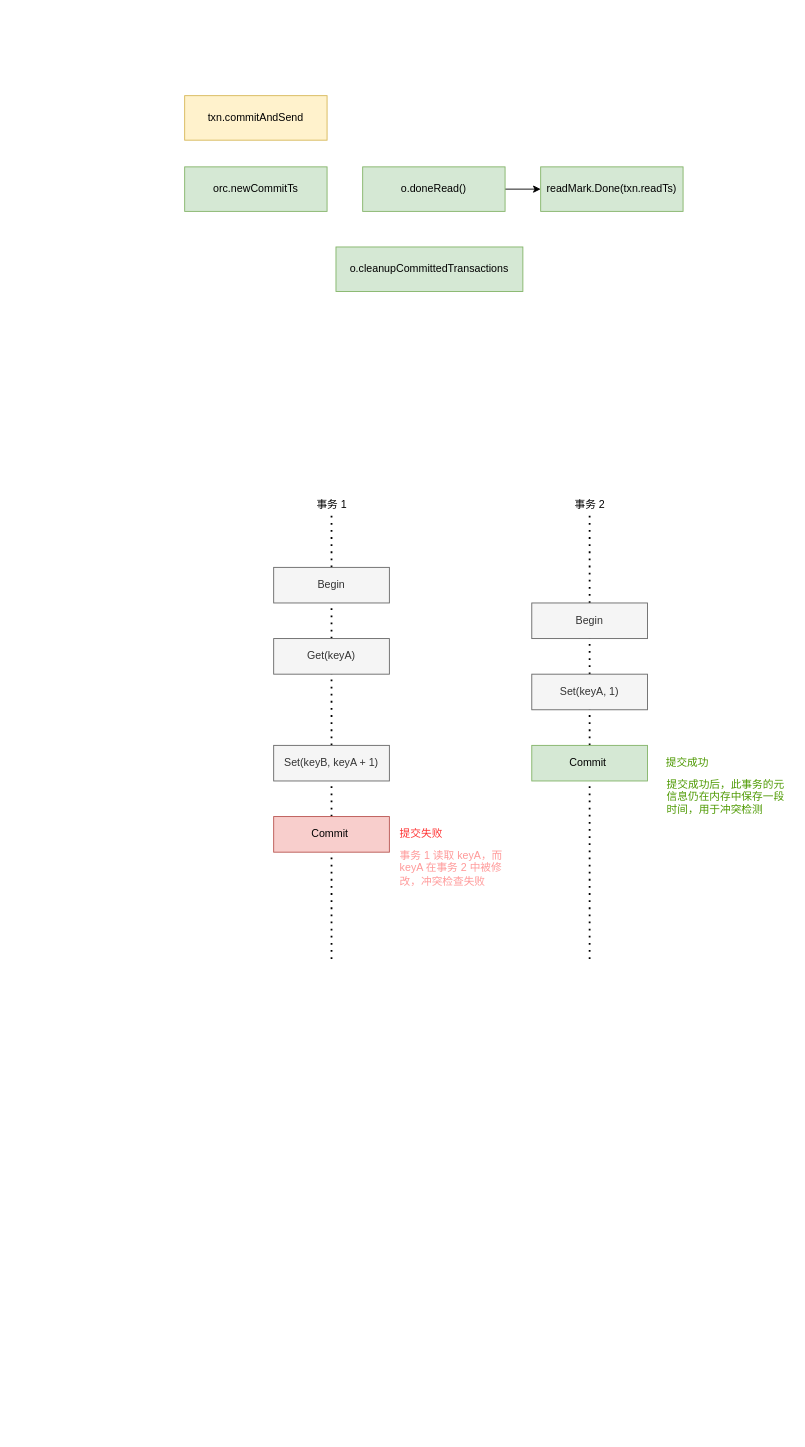
Above: images/badger.drawio in flaneur2020/flaneur2020.github.io (draw.io), before the change. Source tidied: cells renumbered, new cells numbered last; positions are measured from the earlier drawing's top-left corner, leaving out a move shared by most shapes. Both pictures are drawn from the tidied source at 89%, with x=0, y=0 at pixel (184, 95).
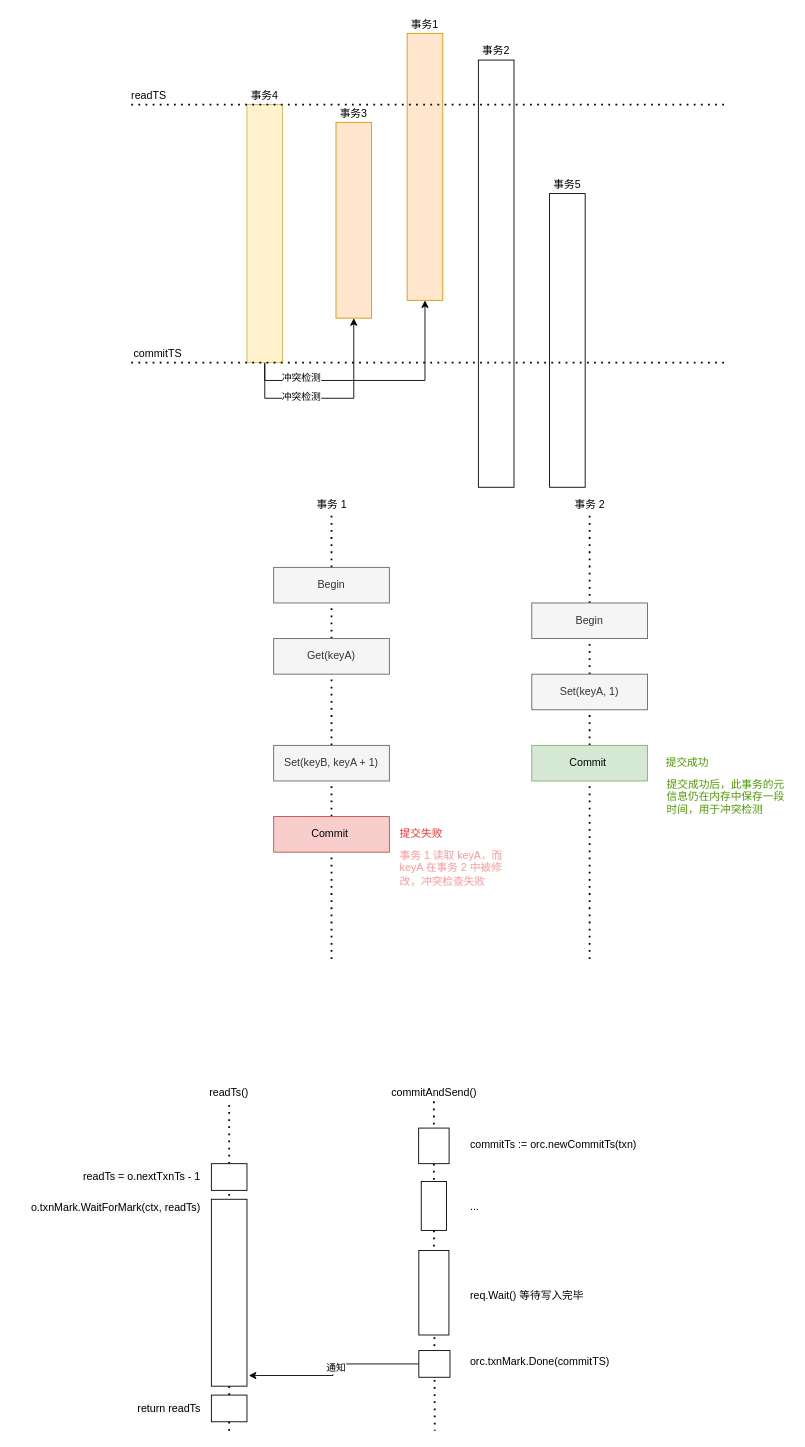
The same page after the edit.

Change to the diagram source:
```diff
@@
-    <mxCell id="2" value="txn.commitAndSend" style="rounded=0;whiteSpace=wrap;html=1;fillColor=#fff2cc;strokeColor=#d6b656;" parent="1" vertex="1">
-      <mxGeometry width="160" height="50" as="geometry" />
-    </mxCell>
-    <mxCell id="3" value="orc.newCommitTs" style="rounded=0;whiteSpace=wrap;html=1;fillColor=#d5e8d4;strokeColor=#82b366;" parent="1" vertex="1">
-      <mxGeometry y="80" width="160" height="50" as="geometry" />
-    </mxCell>
-    <mxCell id="4" style="edgeStyle=orthogonalEdgeStyle;rounded=0;jettySize=auto;html=1;entryX=0;entryY=0.5;entryDx=0;entryDy=0;" parent="1" edge="1" source="5" target="6">
-      <mxGeometry relative="1" as="geometry" />
-    </mxCell>
-    <mxCell id="5" value="o.doneRead()" style="rounded=0;whiteSpace=wrap;html=1;fillColor=#d5e8d4;strokeColor=#82b366;" parent="1" vertex="1">
-      <mxGeometry x="200" y="80" width="160" height="50" as="geometry" />
-    </mxCell>
-    <mxCell id="6" value="readMark.Done(txn.readTs)" style="rounded=0;whiteSpace=wrap;html=1;fillColor=#d5e8d4;strokeColor=#82b366;" parent="1" vertex="1">
-      <mxGeometry x="400" y="80" width="160" height="50" as="geometry" />
-    </mxCell>
-    <mxCell id="7" value="o.cleanupCommittedTransactions" style="rounded=0;whiteSpace=wrap;html=1;fillColor=#d5e8d4;strokeColor=#82b366;" parent="1" vertex="1">
-      <mxGeometry x="170" y="170" width="210" height="50" as="geometry" />
-    </mxCell>
+    <mxCell id="23" style="endArrow=none;dashed=1;html=1;dashPattern=1 3;strokeWidth=2;fontColor=#000000;" parent="1" edge="1" source="50">
+      <mxGeometry relative="1" as="geometry">
+        <mxPoint x="281" y="1500" as="targetPoint" />
+      </mxGeometry>
+    </mxCell>
@@
+    <mxCell id="24" style="edgeStyle=orthogonalEdgeStyle;rounded=0;jettySize=auto;html=1;fontColor=#000000;" parent="1" edge="1" target="29">
+      <mxGeometry relative="1" as="geometry">
+        <mxPoint x="90" y="300" as="sourcePoint" />
+        <Array as="points">
+          <mxPoint x="90" y="340" />
+          <mxPoint x="190" y="340" />
+        </Array>
+      </mxGeometry>
+    </mxCell>
+    <mxCell id="25" value="冲突检测" style="edgeLabel;html=1;align=center;verticalAlign=middle;fontColor=#000000;" parent="24" vertex="1">
+      <mxGeometry x="-0.28" y="3" relative="1" as="geometry">
+        <mxPoint x="-3" as="offset" />
+      </mxGeometry>
+    </mxCell>
+    <mxCell id="26" style="edgeStyle=orthogonalEdgeStyle;rounded=0;jettySize=auto;html=1;fontColor=#000000;" parent="1" edge="1" target="32">
+      <mxGeometry relative="1" as="geometry">
+        <mxPoint x="90" y="300" as="sourcePoint" />
+        <Array as="points">
+          <mxPoint x="90" y="320" />
+          <mxPoint x="270" y="320" />
+        </Array>
+      </mxGeometry>
+    </mxCell>
+    <mxCell id="27" value="冲突检测" style="edgeLabel;html=1;align=center;verticalAlign=middle;fontColor=#000000;" parent="26" vertex="1">
+      <mxGeometry x="-0.64" y="4" relative="1" as="geometry">
+        <mxPoint x="8" as="offset" />
+      </mxGeometry>
+    </mxCell>
+    <mxCell id="28" style="rounded=0;whiteSpace=wrap;html=1;align=left;fillColor=#fff2cc;strokeColor=#d6b656;" parent="1" vertex="1">
+      <mxGeometry x="70" y="10" width="40" height="290" as="geometry" />
+    </mxCell>
+    <mxCell id="29" style="rounded=0;whiteSpace=wrap;html=1;align=left;fillColor=#ffe6cc;strokeColor=#d79b00;" parent="1" vertex="1">
+      <mxGeometry x="170" y="30" width="40" height="220" as="geometry" />
+    </mxCell>
+    <mxCell id="30" style="rounded=0;whiteSpace=wrap;html=1;align=left;" parent="1" vertex="1">
+      <mxGeometry x="410" y="110" width="40" height="330" as="geometry" />
+    </mxCell>
+    <mxCell id="31" style="rounded=0;whiteSpace=wrap;html=1;align=left;" parent="1" vertex="1">
+      <mxGeometry x="330" y="-40" width="40" height="480" as="geometry" />
+    </mxCell>
+    <mxCell id="32" style="rounded=0;whiteSpace=wrap;html=1;align=left;fillColor=#ffe6cc;strokeColor=#d79b00;" parent="1" vertex="1">
+      <mxGeometry x="250" y="-70" width="40" height="300" as="geometry" />
+    </mxCell>
+    <mxCell id="33" style="endArrow=none;dashed=1;html=1;dashPattern=1 3;strokeWidth=2;fontColor=#4D9900;" parent="1" edge="1">
+      <mxGeometry relative="1" as="geometry">
+        <mxPoint x="-60" y="10" as="sourcePoint" />
+        <mxPoint x="610" y="10" as="targetPoint" />
+      </mxGeometry>
+    </mxCell>
+    <mxCell id="34" value="readTS" style="text;html=1;strokeColor=none;fillColor=none;align=center;verticalAlign=middle;whiteSpace=wrap;rounded=0;" parent="1" vertex="1">
+      <mxGeometry x="-60" y="-10" width="40" height="20" as="geometry" />
+    </mxCell>
+    <mxCell id="35" style="endArrow=none;dashed=1;html=1;dashPattern=1 3;strokeWidth=2;fontColor=#4D9900;" parent="1" edge="1">
+      <mxGeometry relative="1" as="geometry">
+        <mxPoint x="-60" y="300" as="sourcePoint" />
+        <mxPoint x="610" y="300" as="targetPoint" />
+      </mxGeometry>
+    </mxCell>
+    <mxCell id="36" value="commitTS" style="text;html=1;strokeColor=none;fillColor=none;align=center;verticalAlign=middle;whiteSpace=wrap;rounded=0;" parent="1" vertex="1">
+      <mxGeometry x="-60" y="280" width="60" height="20" as="geometry" />
+    </mxCell>
+    <mxCell id="37" value="事务4" style="text;html=1;strokeColor=none;fillColor=none;align=center;verticalAlign=middle;whiteSpace=wrap;rounded=0;fontColor=#000000;" parent="1" vertex="1">
+      <mxGeometry x="70" y="-10" width="40" height="20" as="geometry" />
+    </mxCell>
+    <mxCell id="38" value="事务1" style="text;html=1;strokeColor=none;fillColor=none;align=center;verticalAlign=middle;whiteSpace=wrap;rounded=0;fontColor=#000000;" parent="1" vertex="1">
+      <mxGeometry x="250" y="-90" width="40" height="20" as="geometry" />
+    </mxCell>
+    <mxCell id="39" value="事务2" style="text;html=1;strokeColor=none;fillColor=none;align=center;verticalAlign=middle;whiteSpace=wrap;rounded=0;fontColor=#000000;" parent="1" vertex="1">
+      <mxGeometry x="330" y="-60" width="40" height="20" as="geometry" />
+    </mxCell>
+    <mxCell id="40" value="事务3" style="text;html=1;strokeColor=none;fillColor=none;align=center;verticalAlign=middle;whiteSpace=wrap;rounded=0;fontColor=#000000;" parent="1" vertex="1">
+      <mxGeometry x="170" y="10" width="40" height="20" as="geometry" />
+    </mxCell>
+    <mxCell id="41" value="事务5" style="text;html=1;strokeColor=none;fillColor=none;align=center;verticalAlign=middle;whiteSpace=wrap;rounded=0;fontColor=#000000;" parent="1" vertex="1">
+      <mxGeometry x="410" y="90" width="40" height="20" as="geometry" />
+    </mxCell>
+    <mxCell id="42" style="endArrow=none;dashed=1;html=1;dashPattern=1 3;strokeWidth=2;fontColor=#000000;" parent="1" edge="1" source="57">
+      <mxGeometry relative="1" as="geometry">
+        <mxPoint x="50" y="1130" as="targetPoint" />
+      </mxGeometry>
+    </mxCell>
+    <mxCell id="43" style="edgeStyle=orthogonalEdgeStyle;rounded=0;jettySize=auto;html=1;entryX=1.05;entryY=0.943;entryDx=0;entryDy=0;fontColor=#000000;entryPerimeter=0;" parent="1" edge="1" source="46" target="59">
+      <mxGeometry relative="1" as="geometry" />
+    </mxCell>
+    <mxCell id="44" value="通知" style="edgeLabel;html=1;align=center;verticalAlign=middle;fontColor=#000000;" parent="43" vertex="1">
+      <mxGeometry x="-0.08" y="4" relative="1" as="geometry" />
+    </mxCell>
+    <mxCell id="45" value="&lt;span style=&quot;color: rgb(0, 0, 0); font-family: helvetica; font-size: 12px; font-style: normal; font-weight: 400; letter-spacing: normal; text-indent: 0px; text-transform: none; word-spacing: 0px; background-color: rgb(248, 249, 250); display: inline; float: none;&quot;&gt;o.txnMark.WaitForMark(ctx, readTs)&lt;/span&gt;" style="text;html=1;strokeColor=none;fillColor=none;align=right;verticalAlign=middle;whiteSpace=wrap;rounded=0;fontColor=#000000;" parent="1" vertex="1">
+      <mxGeometry x="-190" y="1240" width="210" height="20" as="geometry" />
+    </mxCell>
+    <mxCell id="46" style="rounded=0;whiteSpace=wrap;html=1;fontColor=#000000;align=center;" parent="1" vertex="1">
+      <mxGeometry x="263.1" y="1410" width="35" height="30" as="geometry" />
+    </mxCell>
+    <mxCell id="47" value="orc.txnMark.Done(commitTS)" style="text;html=1;strokeColor=none;fillColor=none;align=left;verticalAlign=middle;whiteSpace=wrap;rounded=0;fontColor=#000000;" parent="1" vertex="1">
+      <mxGeometry x="318.5" y="1410" width="180" height="25" as="geometry" />
+    </mxCell>
+    <mxCell id="48" style="rounded=0;whiteSpace=wrap;html=1;fontColor=#000000;align=center;" parent="1" vertex="1">
+      <mxGeometry x="263.1" y="1297.5" width="33.8" height="95" as="geometry" />
+    </mxCell>
+    <mxCell id="49" value="req.Wait() 等待写入完毕" style="text;html=1;strokeColor=none;fillColor=none;align=left;verticalAlign=middle;whiteSpace=wrap;rounded=0;fontColor=#000000;" parent="1" vertex="1">
+      <mxGeometry x="318.5" y="1335" width="201.5" height="25" as="geometry" />
+    </mxCell>
+    <mxCell id="50" style="rounded=0;whiteSpace=wrap;html=1;fontColor=#000000;align=center;" parent="1" vertex="1">
+      <mxGeometry x="265.8" y="1220" width="28.4" height="55" as="geometry" />
+    </mxCell>
+    <mxCell id="51" style="endArrow=none;dashed=1;html=1;dashPattern=1 3;strokeWidth=2;fontColor=#000000;" parent="1" edge="1" source="52" target="50">
+      <mxGeometry relative="1" as="geometry" />
+    </mxCell>
+    <mxCell id="52" style="rounded=0;whiteSpace=wrap;html=1;fontColor=#000000;align=center;" parent="1" vertex="1">
+      <mxGeometry x="262.9" y="1160" width="34.2" height="40" as="geometry" />
+    </mxCell>
+    <mxCell id="53" style="endArrow=none;dashed=1;html=1;dashPattern=1 3;strokeWidth=2;fontColor=#000000;exitX=0.5;exitY=1;exitDx=0;exitDy=0;" parent="1" edge="1" source="60" target="52">
+      <mxGeometry relative="1" as="geometry" />
+    </mxCell>
+    <mxCell id="54" value="..." style="text;html=1;strokeColor=none;fillColor=none;align=left;verticalAlign=middle;whiteSpace=wrap;rounded=0;fontColor=#000000;" parent="1" vertex="1">
+      <mxGeometry x="318.5" y="1235" width="91.5" height="25" as="geometry" />
+    </mxCell>
+    <mxCell id="55" value="&lt;span&gt; &lt;/span&gt;commitTs := orc.newCommitTs(txn)" style="text;html=1;strokeColor=none;fillColor=none;align=left;verticalAlign=middle;whiteSpace=wrap;rounded=0;fontColor=#000000;" parent="1" vertex="1">
+      <mxGeometry x="318.5" y="1167.5" width="221.5" height="22.5" as="geometry" />
+    </mxCell>
+    <mxCell id="56" value="&lt;span style=&quot;color: rgb(0, 0, 0); font-family: helvetica; font-size: 12px; font-style: normal; font-weight: 400; letter-spacing: normal; text-indent: 0px; text-transform: none; word-spacing: 0px; background-color: rgb(248, 249, 250); display: inline; float: none;&quot;&gt;readTs = o.nextTxnTs - 1&lt;/span&gt;" style="text;html=1;strokeColor=none;fillColor=none;align=right;verticalAlign=middle;whiteSpace=wrap;rounded=0;fontColor=#000000;" parent="1" vertex="1">
+      <mxGeometry x="-130" y="1205" width="150" height="20" as="geometry" />
+    </mxCell>
+    <mxCell id="57" style="rounded=0;whiteSpace=wrap;html=1;fontColor=#000000;align=center;" parent="1" vertex="1">
+      <mxGeometry x="30" y="1200" width="40" height="30" as="geometry" />
+    </mxCell>
+    <mxCell id="58" style="endArrow=none;dashed=1;html=1;dashPattern=1 3;strokeWidth=2;fontColor=#000000;entryX=0.5;entryY=1;entryDx=0;entryDy=0;" parent="1" edge="1" source="62" target="57">
+      <mxGeometry relative="1" as="geometry" />
+    </mxCell>
+    <mxCell id="59" style="rounded=0;whiteSpace=wrap;html=1;fontColor=#000000;align=center;" parent="1" vertex="1">
+      <mxGeometry x="30" y="1240" width="40" height="210" as="geometry" />
+    </mxCell>
+    <mxCell id="60" value="commitAndSend()" style="text;html=1;strokeColor=none;fillColor=none;align=center;verticalAlign=middle;whiteSpace=wrap;rounded=0;fontColor=#000000;" parent="1" vertex="1">
+      <mxGeometry x="215.5" y="1110" width="129" height="20" as="geometry" />
+    </mxCell>
+    <mxCell id="61" value="readTs()" style="text;html=1;strokeColor=none;fillColor=none;align=center;verticalAlign=middle;whiteSpace=wrap;rounded=0;fontColor=#000000;" parent="1" vertex="1">
+      <mxGeometry x="30" y="1110" width="40" height="20" as="geometry" />
+    </mxCell>
+    <mxCell id="62" style="rounded=0;whiteSpace=wrap;html=1;fontColor=#000000;align=center;" parent="1" vertex="1">
+      <mxGeometry x="30" y="1460" width="40" height="30" as="geometry" />
+    </mxCell>
+    <mxCell id="63" style="endArrow=none;dashed=1;html=1;dashPattern=1 3;strokeWidth=2;fontColor=#000000;entryX=0.5;entryY=1;entryDx=0;entryDy=0;" parent="1" edge="1" target="62">
+      <mxGeometry relative="1" as="geometry">
+        <mxPoint x="50" y="1500" as="sourcePoint" />
+      </mxGeometry>
+    </mxCell>
+    <mxCell id="64" value="&lt;span style=&quot;color: rgb(0 , 0 , 0) ; font-family: &amp;#34;helvetica&amp;#34; ; font-size: 12px ; font-style: normal ; font-weight: 400 ; letter-spacing: normal ; text-indent: 0px ; text-transform: none ; word-spacing: 0px ; background-color: rgb(248 , 249 , 250) ; display: inline ; float: none&quot;&gt;return readTs&lt;/span&gt;" style="text;html=1;strokeColor=none;fillColor=none;align=right;verticalAlign=middle;whiteSpace=wrap;rounded=0;fontColor=#000000;" parent="1" vertex="1">
+      <mxGeometry x="-130" y="1465" width="150" height="20" as="geometry" />
+    </mxCell>
```
